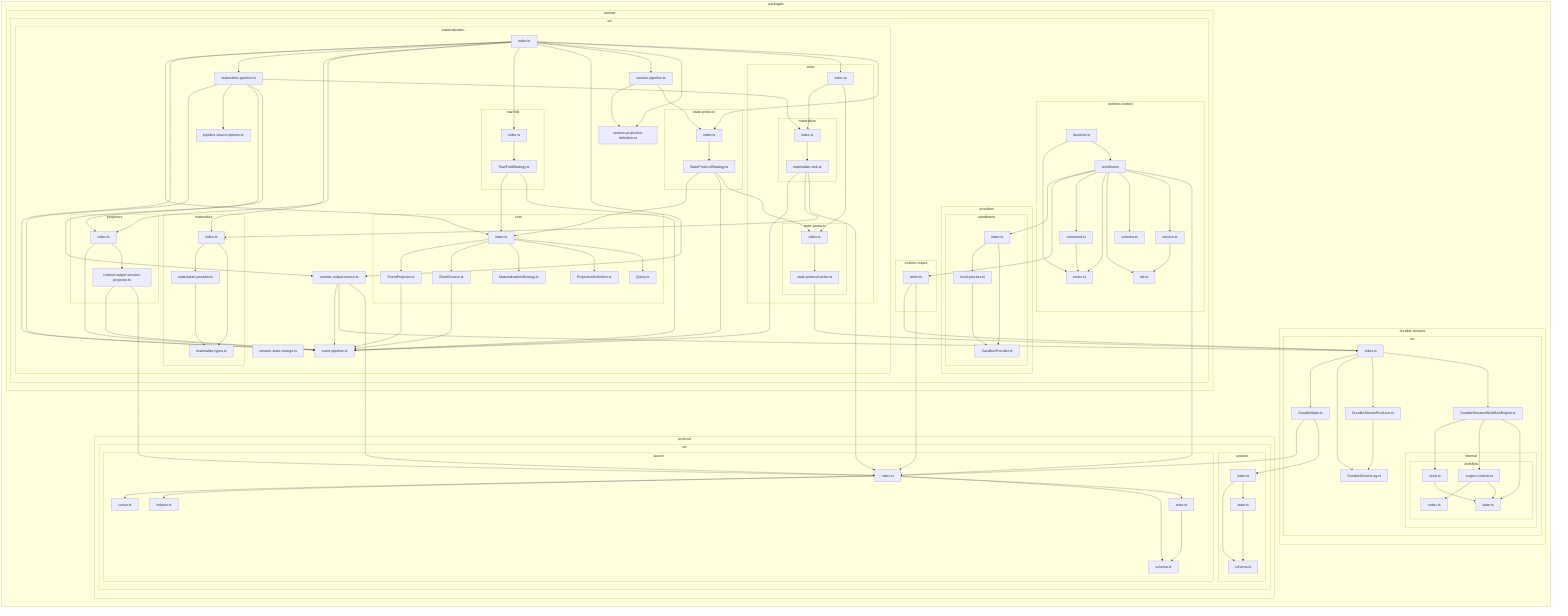
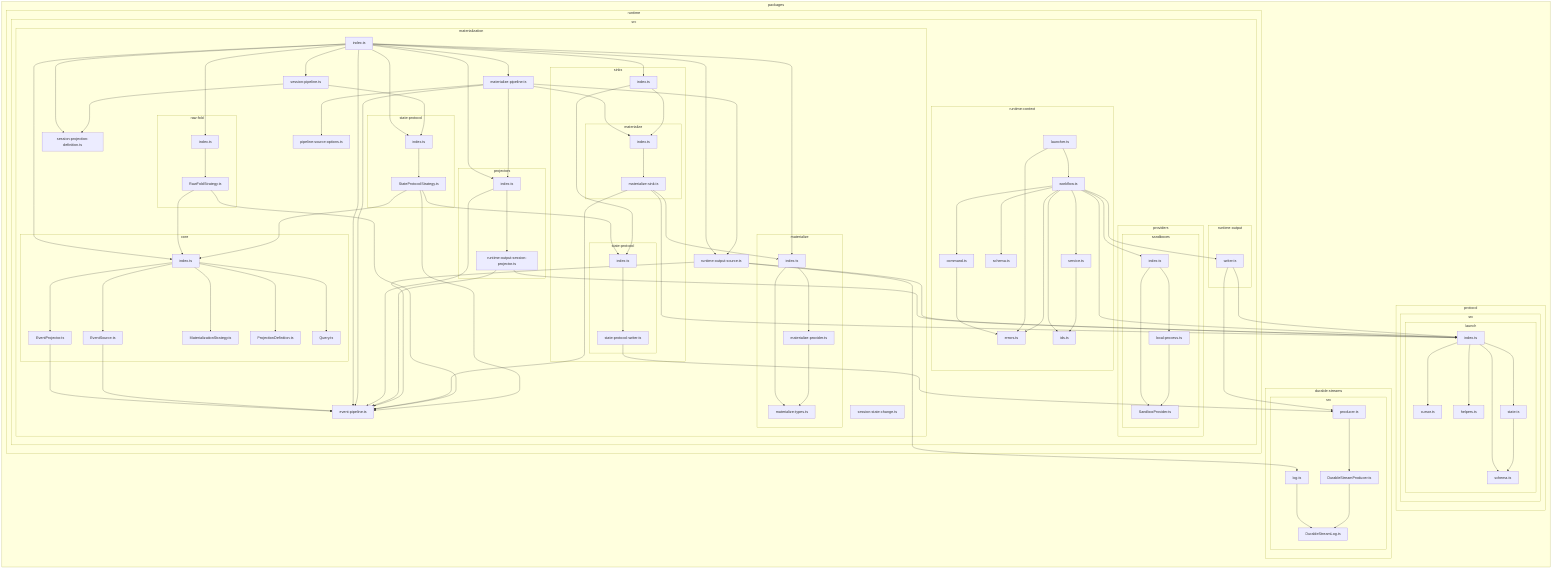
flowchart LR

subgraph 0["packages"]
subgraph 1["runtime"]
subgraph 2["src"]
subgraph 3["materialization"]
subgraph 4["core"]
5["EventProjector.ts"]
7["EventSource.ts"]
8["MaterializationStrategy.ts"]
9["ProjectionDefinition.ts"]
A["Query.ts"]
B["index.ts"]
end
6["event-pipeline.ts"]
C["index.ts"]
D["materialize-pipeline.ts"]
E["pipeline-source-options.ts"]
subgraph F["projectors"]
G["index.ts"]
H["runtime-output-session-projector.ts"]
end
Q["runtime-output-source.ts"]
- subgraph 18["sinks"]
- subgraph 19["materialize"]
- 1A["index.ts"]
- 1B["materialize-sink.ts"]
+ subgraph V["sinks"]
+ subgraph W["materialize"]
+ X["index.ts"]
+ Y["materialize-sink.ts"]
end
- subgraph 1O["state-protocol"]
- 1P["index.ts"]
- 1Q["state-protocol-writer.ts"]
+ subgraph 1B["state-protocol"]
+ 1C["index.ts"]
+ 1D["state-protocol-writer.ts"]
end
- 1R["index.ts"]
+ 1G["index.ts"]
end
- subgraph 1C["materialize"]
- 1D["index.ts"]
- 1E["materialize-provider.ts"]
- 1F["materialize-types.ts"]
+ subgraph Z["materialize"]
+ 10["index.ts"]
+ 11["materialize-provider.ts"]
+ 12["materialize-types.ts"]
end
- subgraph 1G["raw-fold"]
- 1H["index.ts"]
- 1I["RawFoldStrategy.ts"]
+ subgraph 13["raw-fold"]
+ 14["index.ts"]
+ 15["RawFoldStrategy.ts"]
end
- 1J["session-pipeline.ts"]
- 1K["session-projection-definition.ts"]
- subgraph 1L["state-protocol"]
- 1M["index.ts"]
- 1N["StateProtocolStrategy.ts"]
+ 16["session-pipeline.ts"]
+ 17["session-projection-definition.ts"]
+ subgraph 18["state-protocol"]
+ 19["index.ts"]
+ 1A["StateProtocolStrategy.ts"]
end
- 1S["session-state-change.ts"]
+ 1H["session-state-change.ts"]
end
- subgraph 1T["providers"]
- subgraph 1U["sandboxes"]
- 1V["SandboxProvider.ts"]
- 1W["index.ts"]
- 1X["local-process.ts"]
+ subgraph 1I["providers"]
+ subgraph 1J["sandboxes"]
+ 1K["SandboxProvider.ts"]
+ 1L["index.ts"]
+ 1M["local-process.ts"]
end
end
- subgraph 1Y["runtime-context"]
- 1Z["command.ts"]
- 20["errors.ts"]
- 21["ids.ts"]
- 22["launcher.ts"]
- 23["workflow.ts"]
- 26["schema.ts"]
- 27["service.ts"]
+ subgraph 1N["runtime-context"]
+ 1O["command.ts"]
+ 1P["errors.ts"]
+ 1Q["ids.ts"]
+ 1R["launcher.ts"]
+ 1S["workflow.ts"]
+ 1V["schema.ts"]
+ 1W["service.ts"]
end
- subgraph 24["runtime-output"]
- 25["writer.ts"]
+ subgraph 1T["runtime-output"]
+ 1U["writer.ts"]
end
end
end
subgraph I["protocol"]
subgraph J["src"]
subgraph K["launch"]
L["index.ts"]
M["cursor.ts"]
N["helpers.ts"]
O["schema.ts"]
P["state.ts"]
end
- subgraph V["session"]
- W["index.ts"]
- X["schema.ts"]
- Y["state.ts"]
- end
end
end
subgraph R["durable-streams"]
subgraph S["src"]
- T["index.ts"]
- U["DurableState.ts"]
- Z["DurableStreamLog.ts"]
- 10["DurableStreamProducer.ts"]
- 11["DurableStreamsWorkflowEngine.ts"]
- subgraph 12["internal"]
- subgraph 13["workflow"]
- 14["clock.ts"]
- 15["state.ts"]
- 16["engine-runtime.ts"]
- 17["codec.ts"]
- end
- end
+ T["log.ts"]
+ U["DurableStreamLog.ts"]
+ 1E["producer.ts"]
+ 1F["DurableStreamProducer.ts"]
end
end
end
5-->6
7-->6
B-->5
B-->7
B-->8
B-->9
B-->A
C-->B
C-->6
C-->D
- C-->1D
+ C-->10
C-->G
- C-->1H
+ C-->14
C-->Q
- C-->1J
- C-->1K
- C-->1R
- C-->1M
+ C-->16
+ C-->17
+ C-->1G
+ C-->19
D-->6
D-->E
D-->G
D-->Q
- D-->1A
+ D-->X
G-->6
G-->H
H-->6
H-->L
L-->M
L-->N
L-->O
L-->P
P-->O
Q-->6
Q-->T
Q-->L
T-->U
- T-->Z
- T-->10
- T-->11
- U-->L
- U-->W
- W-->X
- W-->Y
- Y-->X
- 10-->Z
- 11-->14
- 11-->16
- 11-->15
+ X-->Y
+ Y-->6
+ Y-->10
+ Y-->L
+ 10-->11
+ 10-->12
+ 11-->12
14-->15
+ 15-->B
+ 15-->6
16-->17
- 16-->15
- 1A-->1B
- 1B-->6
- 1B-->1D
- 1B-->L
+ 16-->19
+ 19-->1A
+ 1A-->B
+ 1A-->6
+ 1A-->1C
+ 1C-->1D
1D-->1E
- 1D-->1F
1E-->1F
- 1H-->1I
- 1I-->B
- 1I-->6
- 1J-->1K
- 1J-->1M
- 1M-->1N
- 1N-->B
- 1N-->6
- 1N-->1P
- 1P-->1Q
- 1Q-->T
- 1R-->1A
+ 1F-->U
+ 1G-->X
+ 1G-->1C
+ 1L-->1M
+ 1L-->1K
+ 1M-->1K
+ 1O-->1P
1R-->1P
- 1W-->1X
- 1W-->1V
- 1X-->1V
- 1Z-->20
- 22-->20
- 22-->23
- 23-->1W
- 23-->25
- 23-->1Z
- 23-->20
- 23-->21
- 23-->26
- 23-->27
- 23-->L
- 25-->T
- 25-->L
- 27-->21
+ 1R-->1S
+ 1S-->1L
+ 1S-->1U
+ 1S-->1O
+ 1S-->1P
+ 1S-->1Q
+ 1S-->1V
+ 1S-->1W
+ 1S-->L
+ 1U-->1E
+ 1U-->L
+ 1W-->1Q
